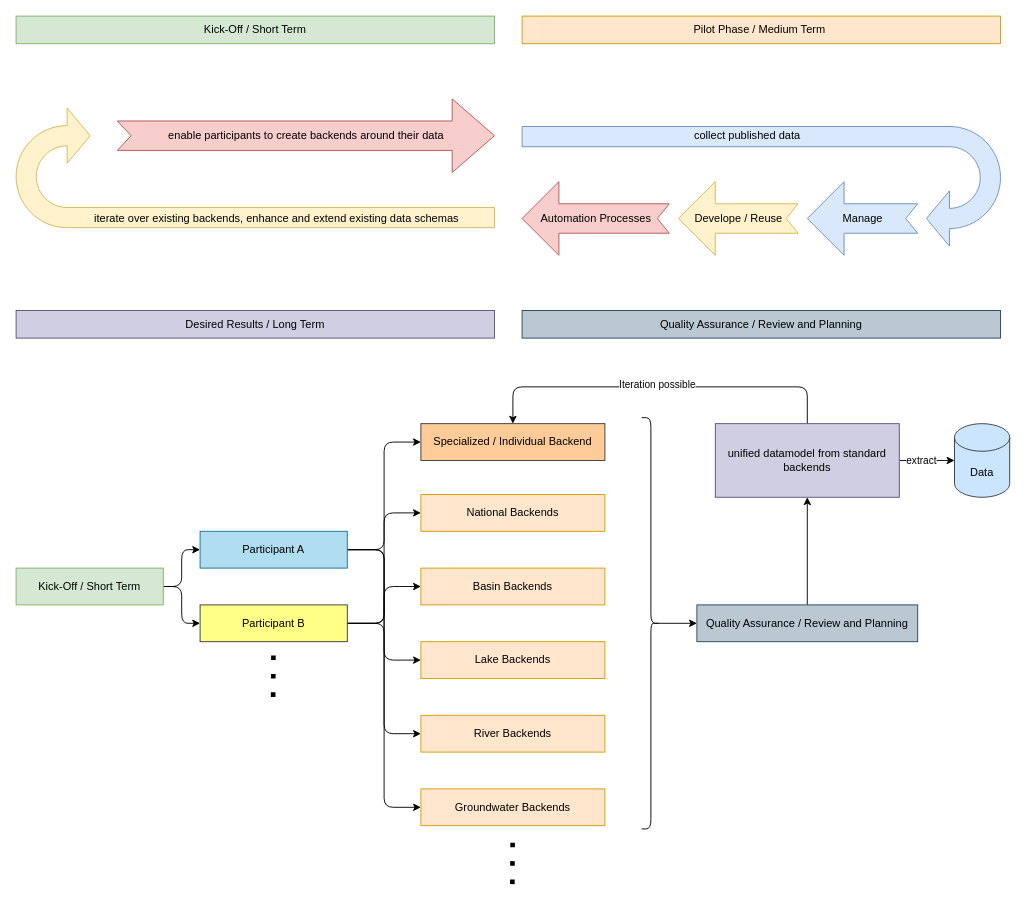
wqdms/monotremata-interface keeps this draw.io diagram as app/templates/assets/time-strategy.drawio. Above is the earlier version. Source tidied: cells renumbered, new cells numbered last; positions are measured from the earlier drawing's top-left corner, leaving out a move shared by most shapes. Both pictures are drawn from the tidied source at 92%, with x=0, y=0 at pixel (16, 16).
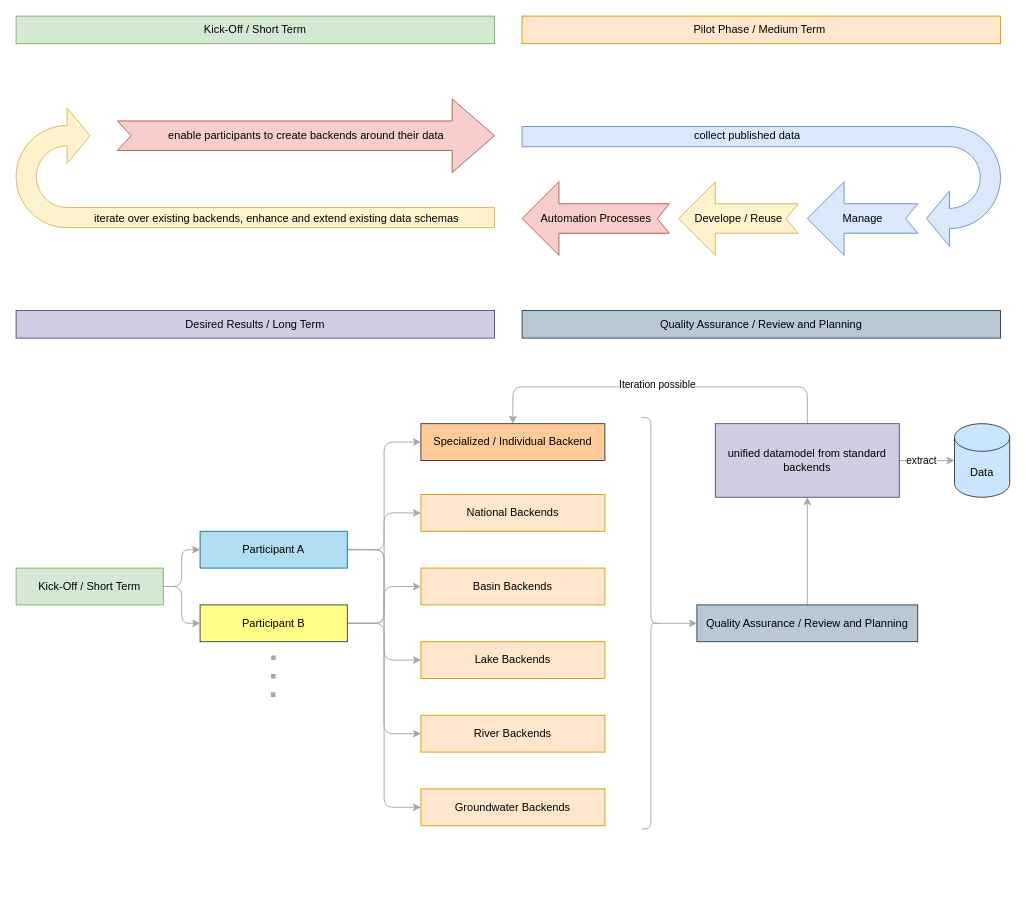
The same page after the edit.

The change refers to these unchanged cells:
```xml
<mxCell id="17" value="Kick-Off / Short Term" style="rounded=0;whiteSpace=wrap;html=1;fillColor=#d5e8d4;strokeColor=#82b366;" parent="1" vertex="1">
  <mxGeometry y="600" width="160" height="40" as="geometry" />
</mxCell>
<mxCell id="18" value="National Backends" style="rounded=0;whiteSpace=wrap;html=1;fillColor=#ffe6cc;strokeColor=#d79b00;" parent="1" vertex="1">
  <mxGeometry x="440" y="520" width="200" height="40" as="geometry" />
</mxCell>
<mxCell id="19" value="Basin Backends" style="rounded=0;whiteSpace=wrap;html=1;fillColor=#ffe6cc;strokeColor=#d79b00;" parent="1" vertex="1">
  <mxGeometry x="440" y="600" width="200" height="40" as="geometry" />
</mxCell>
<mxCell id="20" value="Lake Backends" style="rounded=0;whiteSpace=wrap;html=1;fillColor=#ffe6cc;strokeColor=#d79b00;" parent="1" vertex="1">
  <mxGeometry x="440" y="680" width="200" height="40" as="geometry" />
</mxCell>
<mxCell id="21" value="River Backends" style="rounded=0;whiteSpace=wrap;html=1;fillColor=#ffe6cc;strokeColor=#d79b00;" parent="1" vertex="1">
  <mxGeometry x="440" y="760" width="200" height="40" as="geometry" />
</mxCell>
<mxCell id="25" value="Participant A" style="rounded=0;whiteSpace=wrap;html=1;fillColor=#b1ddf0;strokeColor=#10739e;" parent="1" vertex="1">
  <mxGeometry x="200" y="560" width="160" height="40" as="geometry" />
</mxCell>
<mxCell id="29" value="Participant B" style="rounded=0;whiteSpace=wrap;html=1;fillColor=#ffff88;strokeColor=#36393d;" parent="1" vertex="1">
  <mxGeometry x="200" y="640" width="160" height="40" as="geometry" />
</mxCell>
<mxCell id="30" value="Specialized / Individual Backend" style="rounded=0;whiteSpace=wrap;html=1;fillColor=#ffcc99;strokeColor=#36393d;" parent="1" vertex="1">
  <mxGeometry x="440" y="443" width="200" height="40" as="geometry" />
</mxCell>
<mxCell id="32" value="Quality Assurance / Review and Planning" style="rounded=0;whiteSpace=wrap;html=1;fillColor=#bac8d3;strokeColor=#23445d;" parent="1" vertex="1">
  <mxGeometry x="740" y="640" width="240" height="40" as="geometry" />
</mxCell>
<mxCell id="39" value="unified datamodel from standard backends" style="rounded=0;whiteSpace=wrap;html=1;fillColor=#d0cee2;strokeColor=#56517e;" parent="1" vertex="1">
  <mxGeometry x="760" y="443" width="200" height="80" as="geometry" />
</mxCell>
<mxCell id="40" value="Data" style="shape=cylinder3;whiteSpace=wrap;html=1;boundedLbl=1;backgroundOutline=1;size=15;fillColor=#cce5ff;strokeColor=#36393d;" parent="1" vertex="1">
  <mxGeometry x="1020" y="443" width="60" height="80" as="geometry" />
</mxCell>
<mxCell id="41" value="Groundwater Backends" style="rounded=0;whiteSpace=wrap;html=1;fillColor=#ffe6cc;strokeColor=#d79b00;" parent="1" vertex="1">
  <mxGeometry x="440" y="840" width="200" height="40" as="geometry" />
</mxCell>
```

Change to the diagram source:
```diff
@@
-    <mxCell id="15" style="edgeStyle=elbowEdgeStyle;html=1;exitX=1;exitY=0.5;exitDx=0;exitDy=0;entryX=0;entryY=0.5;entryDx=0;entryDy=0;" parent="1" edge="1" source="17" target="25">
+    <mxCell id="15" style="edgeStyle=elbowEdgeStyle;html=1;exitX=1;exitY=0.5;exitDx=0;exitDy=0;entryX=0;entryY=0.5;entryDx=0;entryDy=0;strokeColor=#A6A6A6;" parent="1" edge="1" source="17" target="25">
       <mxGeometry relative="1" as="geometry" />
     </mxCell>
-    <mxCell id="16" style="edgeStyle=elbowEdgeStyle;html=1;exitX=1;exitY=0.5;exitDx=0;exitDy=0;entryX=0;entryY=0.5;entryDx=0;entryDy=0;" parent="1" edge="1" source="17" target="29">
+    <mxCell id="16" style="edgeStyle=elbowEdgeStyle;html=1;exitX=1;exitY=0.5;exitDx=0;exitDy=0;entryX=0;entryY=0.5;entryDx=0;entryDy=0;strokeColor=#A6A6A6;" parent="1" edge="1" source="17" target="29">
       <mxGeometry relative="1" as="geometry" />
     </mxCell>
@@
-    <mxCell id="22" style="edgeStyle=elbowEdgeStyle;html=1;exitX=1;exitY=0.5;exitDx=0;exitDy=0;entryX=0;entryY=0.5;entryDx=0;entryDy=0;" parent="1" edge="1" source="25" target="30">
+    <mxCell id="22" style="edgeStyle=elbowEdgeStyle;html=1;exitX=1;exitY=0.5;exitDx=0;exitDy=0;entryX=0;entryY=0.5;entryDx=0;entryDy=0;strokeColor=#A6A6A6;" parent="1" edge="1" source="25" target="30">
       <mxGeometry relative="1" as="geometry" />
     </mxCell>
-    <mxCell id="23" style="edgeStyle=elbowEdgeStyle;html=1;exitX=1;exitY=0.5;exitDx=0;exitDy=0;entryX=0;entryY=0.5;entryDx=0;entryDy=0;" parent="1" edge="1" source="25" target="20">
+    <mxCell id="23" style="edgeStyle=elbowEdgeStyle;html=1;exitX=1;exitY=0.5;exitDx=0;exitDy=0;entryX=0;entryY=0.5;entryDx=0;entryDy=0;strokeColor=#A6A6A6;" parent="1" edge="1" source="25" target="20">
       <mxGeometry relative="1" as="geometry" />
     </mxCell>
-    <mxCell id="24" style="edgeStyle=elbowEdgeStyle;html=1;exitX=1;exitY=0.5;exitDx=0;exitDy=0;entryX=0;entryY=0.5;entryDx=0;entryDy=0;" parent="1" edge="1" source="25" target="21">
+    <mxCell id="24" style="edgeStyle=elbowEdgeStyle;html=1;exitX=1;exitY=0.5;exitDx=0;exitDy=0;entryX=0;entryY=0.5;entryDx=0;entryDy=0;strokeColor=#A6A6A6;" parent="1" edge="1" source="25" target="21">
       <mxGeometry relative="1" as="geometry" />
     </mxCell>
@@
-    <mxCell id="26" style="edgeStyle=elbowEdgeStyle;html=1;exitX=1;exitY=0.5;exitDx=0;exitDy=0;entryX=0;entryY=0.5;entryDx=0;entryDy=0;" parent="1" edge="1" source="29" target="18">
+    <mxCell id="26" style="edgeStyle=elbowEdgeStyle;html=1;exitX=1;exitY=0.5;exitDx=0;exitDy=0;entryX=0;entryY=0.5;entryDx=0;entryDy=0;strokeColor=#A6A6A6;" parent="1" edge="1" source="29" target="18">
       <mxGeometry relative="1" as="geometry" />
     </mxCell>
-    <mxCell id="27" style="edgeStyle=elbowEdgeStyle;html=1;exitX=1;exitY=0.5;exitDx=0;exitDy=0;entryX=0;entryY=0.5;entryDx=0;entryDy=0;" parent="1" edge="1" source="29" target="19">
+    <mxCell id="27" style="edgeStyle=elbowEdgeStyle;html=1;exitX=1;exitY=0.5;exitDx=0;exitDy=0;entryX=0;entryY=0.5;entryDx=0;entryDy=0;strokeColor=#A6A6A6;" parent="1" edge="1" source="29" target="19">
       <mxGeometry relative="1" as="geometry" />
     </mxCell>
-    <mxCell id="28" style="edgeStyle=elbowEdgeStyle;html=1;exitX=1;exitY=0.5;exitDx=0;exitDy=0;entryX=0;entryY=0.5;entryDx=0;entryDy=0;" parent="1" edge="1" source="29" target="41">
+    <mxCell id="28" style="edgeStyle=elbowEdgeStyle;html=1;exitX=1;exitY=0.5;exitDx=0;exitDy=0;entryX=0;entryY=0.5;entryDx=0;entryDy=0;strokeColor=#A6A6A6;" parent="1" edge="1" source="29" target="41">
       <mxGeometry relative="1" as="geometry" />
     </mxCell>
@@
-    <mxCell id="31" style="edgeStyle=none;html=1;exitX=0.5;exitY=0;exitDx=0;exitDy=0;" parent="1" edge="1" source="32" target="39">
+    <mxCell id="31" style="edgeStyle=none;html=1;exitX=0.5;exitY=0;exitDx=0;exitDy=0;strokeColor=#A6A6A6;" parent="1" edge="1" source="32" target="39">
       <mxGeometry relative="1" as="geometry" />
     </mxCell>
@@
-    <mxCell id="33" style="edgeStyle=none;html=1;exitX=0.1;exitY=0.5;exitDx=0;exitDy=0;exitPerimeter=0;" parent="1" edge="1" source="34" target="32">
+    <mxCell id="33" style="edgeStyle=none;html=1;exitX=0.1;exitY=0.5;exitDx=0;exitDy=0;exitPerimeter=0;strokeColor=#A6A6A6;" parent="1" edge="1" source="34" target="32">
       <mxGeometry relative="1" as="geometry" />
     </mxCell>
-    <mxCell id="34" style="shape=curlyBracket;whiteSpace=wrap;html=1;rounded=1;flipH=1;labelPosition=right;verticalLabelPosition=middle;align=left;verticalAlign=middle;" parent="1" vertex="1">
+    <mxCell id="34" style="shape=curlyBracket;whiteSpace=wrap;html=1;rounded=1;flipH=1;labelPosition=right;verticalLabelPosition=middle;align=left;verticalAlign=middle;strokeColor=#A6A6A6;" parent="1" vertex="1">
       <mxGeometry x="680" y="436.5" width="20" height="447" as="geometry" />
     </mxCell>
-    <mxCell id="35" style="edgeStyle=orthogonalEdgeStyle;html=1;exitX=0.5;exitY=0;exitDx=0;exitDy=0;entryX=0.5;entryY=0;entryDx=0;entryDy=0;" parent="1" edge="1" source="39" target="30">
+    <mxCell id="35" style="edgeStyle=orthogonalEdgeStyle;html=1;exitX=0.5;exitY=0;exitDx=0;exitDy=0;entryX=0.5;entryY=0;entryDx=0;entryDy=0;strokeColor=#A6A6A6;" parent="1" edge="1" source="39" target="30">
       <mxGeometry relative="1" as="geometry">
         <Array as="points">
           <mxPoint x="860" y="403" />
           <mxPoint x="540" y="403" />
         </Array>
       </mxGeometry>
     </mxCell>
-    <mxCell id="36" value="Iteration possible" style="edgeLabel;html=1;align=center;verticalAlign=middle;" parent="35" vertex="1">
+    <mxCell id="36" value="Iteration possible" style="edgeLabel;html=1;align=center;verticalAlign=middle;labelBackgroundColor=default;" parent="35" vertex="1">
       <mxGeometry x="0.02" y="-3" relative="1" as="geometry" />
     </mxCell>
-    <mxCell id="37" style="edgeStyle=none;html=1;exitX=1;exitY=0.5;exitDx=0;exitDy=0;" parent="1" edge="1" source="39" target="40">
+    <mxCell id="37" style="edgeStyle=none;html=1;exitX=1;exitY=0.5;exitDx=0;exitDy=0;strokeColor=#A6A6A6;" parent="1" edge="1" source="39" target="40">
       <mxGeometry relative="1" as="geometry" />
     </mxCell>
-    <mxCell id="38" value="extract" style="edgeLabel;html=1;align=center;verticalAlign=middle;" parent="37" vertex="1">
+    <mxCell id="38" value="extract" style="edgeLabel;html=1;align=center;verticalAlign=middle;labelBackgroundColor=default;" parent="37" vertex="1">
       <mxGeometry x="-0.25" y="1" relative="1" as="geometry" />
     </mxCell>
@@
-    <mxCell id="42" style="endArrow=none;dashed=1;html=1;dashPattern=1 3;strokeWidth=5;" parent="1" edge="1">
+    <mxCell id="42" style="endArrow=none;dashed=1;html=1;dashPattern=1 3;strokeWidth=5;strokeColor=#A6A6A6;" parent="1" edge="1">
       <mxGeometry relative="1" as="geometry">
         <mxPoint x="279.4" y="740" as="sourcePoint" />
         <mxPoint x="279.8" y="680" as="targetPoint" />
       </mxGeometry>
     </mxCell>
-    <mxCell id="43" style="endArrow=none;dashed=1;html=1;dashPattern=1 3;strokeWidth=5;" parent="1" edge="1">
-      <mxGeometry relative="1" as="geometry">
-        <mxPoint x="539.4" y="943.5" as="sourcePoint" />
-        <mxPoint x="539.8" y="883.5" as="targetPoint" />
-      </mxGeometry>
-    </mxCell>
```
